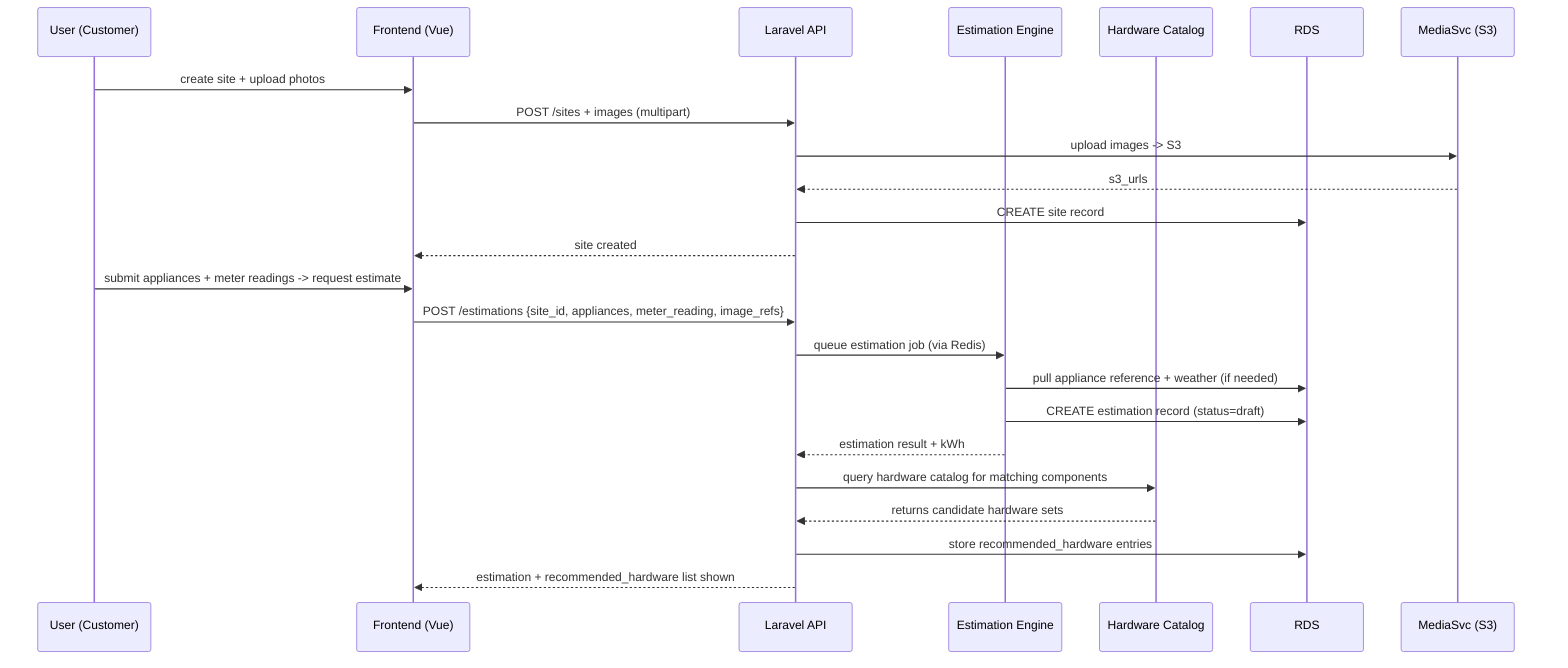
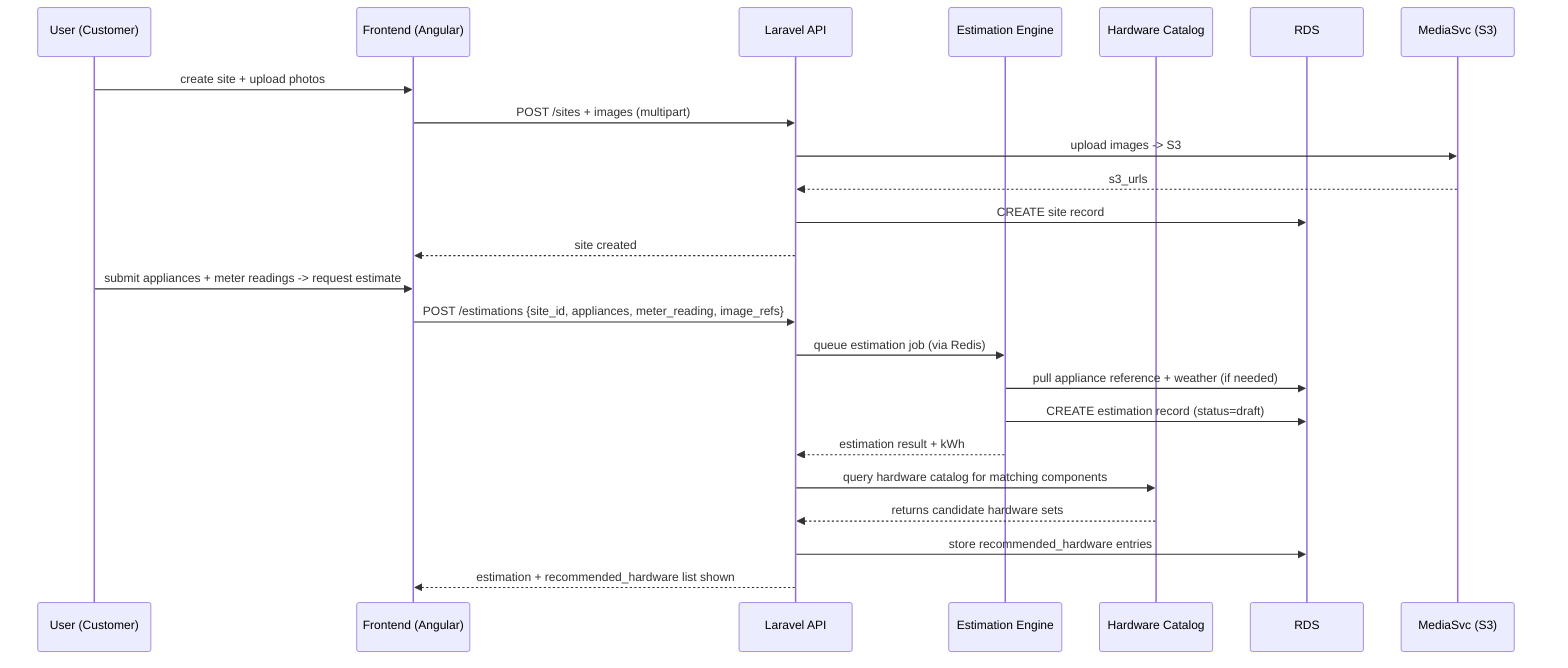
sequenceDiagram
  participant U as User (Customer)
-   participant FE as Frontend (Vue)
+   participant FE as Frontend (Angular)
  participant API as Laravel API
  participant Est as Estimation Engine
  participant HW as Hardware Catalog
  participant DB as RDS
  participant Img as MediaSvc (S3)

  U->>FE: create site + upload photos
  FE->>API: POST /sites + images (multipart)
  API->>Img: upload images -> S3
  Img-->>API: s3_urls
  API->>DB: CREATE site record
  API-->>FE: site created

  U->>FE: submit appliances + meter readings -> request estimate
  FE->>API: POST /estimations {site_id, appliances, meter_reading, image_refs}
  API->>Est: queue estimation job (via Redis)
  Est->>DB: pull appliance reference + weather (if needed)
  Est->>DB: CREATE estimation record (status=draft)
  Est-->>API: estimation result + kWh
  API->>HW: query hardware catalog for matching components
  HW-->>API: returns candidate hardware sets
  API->>DB: store recommended_hardware entries
  API-->>FE: estimation + recommended_hardware list shown
